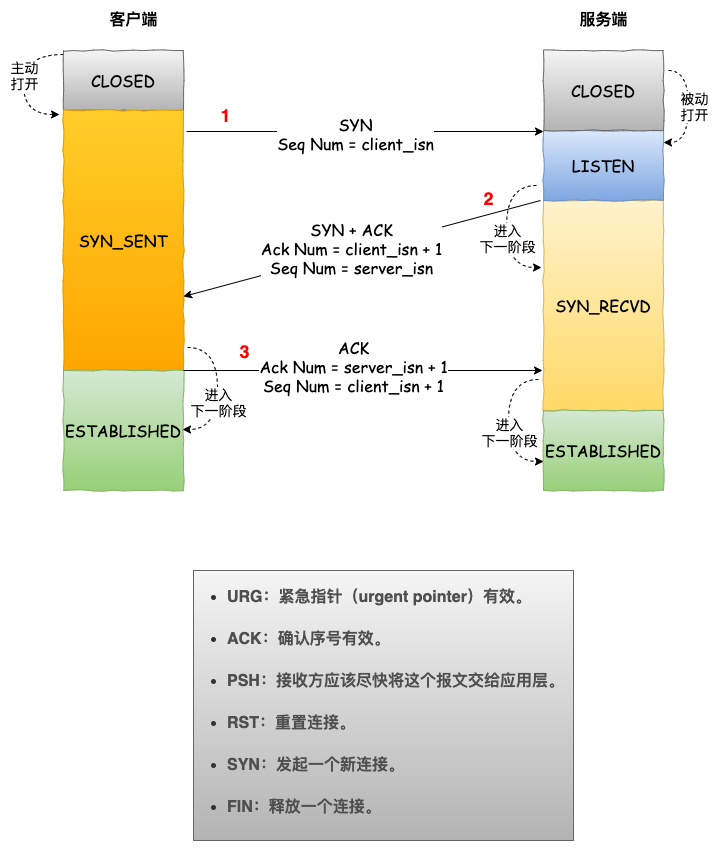
Above: TCP三次握手.png in tobrainto/ooo (draw.io), before the change. Source tidied: cells renumbered, new cells last; positions are measured from the earlier drawing's top-left corner, leaving out a move shared by most shapes. Source of this version:
```xml
<mxGraphModel background="#FFFFFF">
  <root>
    <mxCell id="0" />
    <mxCell id="1" parent="0" />
    <mxCell id="2" style="edgeStyle=orthogonalEdgeStyle;orthogonalLoop=1;jettySize=auto;html=1;dashed=1;curved=1;" parent="1" edge="1">
      <mxGeometry relative="1" as="geometry">
        <mxPoint x="40" y="44" as="sourcePoint" />
        <mxPoint x="36" y="104" as="targetPoint" />
        <Array as="points">
          <mxPoint y="44" />
          <mxPoint y="104" />
        </Array>
      </mxGeometry>
    </mxCell>
    <mxCell id="3" value="&lt;font style=&quot;font-size: 14px&quot; face=&quot;Comic Sans MS&quot;&gt;主动&lt;br&gt;打开&lt;/font&gt;" style="edgeLabel;html=1;align=center;verticalAlign=middle;" parent="2" vertex="1">
      <mxGeometry x="-0.02" relative="1" as="geometry">
        <mxPoint y="-7" as="offset" />
      </mxGeometry>
    </mxCell>
    <mxCell id="4" value="&lt;font face=&quot;Comic Sans MS&quot; style=&quot;font-size: 16px&quot;&gt;CLOSED&lt;/font&gt;" style="whiteSpace=wrap;html=1;comic=1;fillColor=#f5f5f5;strokeColor=#666666;gradientColor=#b3b3b3;" parent="1" vertex="1">
      <mxGeometry x="40" y="40" width="120" height="60" as="geometry" />
    </mxCell>
    <mxCell id="5" value="&lt;font face=&quot;Comic Sans MS&quot; style=&quot;font-size: 16px&quot;&gt;SYN_SENT&lt;/font&gt;" style="whiteSpace=wrap;html=1;comic=1;gradientColor=#ffa500;fillColor=#ffcd28;strokeColor=#d79b00;" parent="1" vertex="1">
      <mxGeometry x="40" y="100" width="120" height="260" as="geometry" />
    </mxCell>
    <mxCell id="6" value="&lt;span style=&quot;font-family: &amp;#34;comic sans ms&amp;#34; ; font-size: 16px&quot;&gt;SYN_RECVD&lt;/span&gt;" style="whiteSpace=wrap;html=1;comic=1;gradientColor=#ffd966;fillColor=#fff2cc;strokeColor=#d6b656;" parent="1" vertex="1">
      <mxGeometry x="520" y="190" width="120" height="210" as="geometry" />
    </mxCell>
    <mxCell id="7" value="&lt;font face=&quot;Comic Sans MS&quot; style=&quot;font-size: 16px&quot;&gt;LISTEN&lt;/font&gt;" style="whiteSpace=wrap;html=1;comic=1;fillColor=#dae8fc;strokeColor=#6c8ebf;gradientColor=#7ea6e0;" parent="1" vertex="1">
      <mxGeometry x="520" y="120" width="120" height="70" as="geometry" />
    </mxCell>
    <mxCell id="8" value="&lt;font face=&quot;Comic Sans MS&quot; style=&quot;font-size: 16px&quot;&gt;CLOSED&lt;/font&gt;" style="whiteSpace=wrap;html=1;comic=1;gradientColor=#b3b3b3;fillColor=#f5f5f5;strokeColor=#666666;" parent="1" vertex="1">
      <mxGeometry x="520" y="40" width="120" height="80" as="geometry" />
    </mxCell>
    <mxCell id="9" value="&lt;font style=&quot;font-size: 16px&quot;&gt;&lt;b&gt;客户端&lt;/b&gt;&lt;/font&gt;" style="text;html=1;align=center;verticalAlign=middle;strokeColor=none;" parent="1" vertex="1">
      <mxGeometry x="80" width="60" height="20" as="geometry" />
    </mxCell>
    <mxCell id="10" value="&lt;font style=&quot;font-size: 16px&quot;&gt;&lt;b&gt;服务端&lt;/b&gt;&lt;/font&gt;" style="text;html=1;align=center;verticalAlign=middle;strokeColor=none;" parent="1" vertex="1">
      <mxGeometry x="550" width="60" height="20" as="geometry" />
    </mxCell>
    <mxCell id="11" style="endArrow=classic;html=1;entryX=0;entryY=0.25;entryDx=0;entryDy=0;curved=1;" parent="1" edge="1">
      <mxGeometry relative="1" as="geometry">
        <mxPoint x="163" y="121" as="sourcePoint" />
        <mxPoint x="520" y="121" as="targetPoint" />
      </mxGeometry>
    </mxCell>
    <mxCell id="12" value="&lt;font style=&quot;font-size: 16px&quot; face=&quot;Comic Sans MS&quot;&gt;SYN&lt;br&gt;Seq Num = client_isn&lt;/font&gt;" style="edgeLabel;html=1;align=center;verticalAlign=middle;" parent="11" vertex="1">
      <mxGeometry x="-0.31" y="2" relative="1" as="geometry">
        <mxPoint x="44" y="3" as="offset" />
      </mxGeometry>
    </mxCell>
    <mxCell id="13" value="&lt;font size=&quot;1&quot; color=&quot;#ff0000&quot;&gt;&lt;b style=&quot;font-size: 18px&quot;&gt;1&lt;/b&gt;&lt;/font&gt;" style="edgeLabel;html=1;align=center;verticalAlign=middle;" parent="11" vertex="1">
      <mxGeometry x="-0.79" y="1" relative="1" as="geometry">
        <mxPoint y="-16" as="offset" />
      </mxGeometry>
    </mxCell>
    <mxCell id="14" style="endArrow=classic;html=1;curved=1;" parent="1" edge="1">
      <mxGeometry relative="1" as="geometry">
        <mxPoint x="517" y="190" as="sourcePoint" />
        <mxPoint x="160" y="286" as="targetPoint" />
      </mxGeometry>
    </mxCell>
    <mxCell id="15" value="&lt;font style=&quot;font-size: 16px&quot; face=&quot;Comic Sans MS&quot;&gt;SYN + ACK&lt;br&gt;Ack Num = client_isn + 1&lt;br&gt;Seq Num = server_isn&lt;/font&gt;" style="edgeLabel;html=1;align=center;verticalAlign=middle;" parent="14" vertex="1">
      <mxGeometry x="0.05" y="-3" relative="1" as="geometry" />
    </mxCell>
    <mxCell id="16" value="&lt;font size=&quot;1&quot; color=&quot;#ff0000&quot;&gt;&lt;b style=&quot;font-size: 18px&quot;&gt;2&lt;/b&gt;&lt;/font&gt;" style="edgeLabel;html=1;align=center;verticalAlign=middle;" parent="14" vertex="1">
      <mxGeometry x="-0.71" y="-1" relative="1" as="geometry">
        <mxPoint y="-16" as="offset" />
      </mxGeometry>
    </mxCell>
    <mxCell id="17" value="&lt;font face=&quot;Comic Sans MS&quot; style=&quot;font-size: 16px&quot;&gt;ESTABLISHED&lt;/font&gt;" style="whiteSpace=wrap;html=1;comic=1;gradientColor=#97d077;fillColor=#d5e8d4;strokeColor=#82b366;" parent="1" vertex="1">
      <mxGeometry x="40" y="360" width="120" height="120" as="geometry" />
    </mxCell>
    <mxCell id="18" value="&lt;span style=&quot;font-family: &amp;#34;comic sans ms&amp;#34; ; font-size: 16px&quot;&gt;ESTABLISHED&lt;/span&gt;" style="whiteSpace=wrap;html=1;comic=1;gradientColor=#97d077;fillColor=#d5e8d4;strokeColor=#82b366;" parent="1" vertex="1">
      <mxGeometry x="520" y="400" width="120" height="80" as="geometry" />
    </mxCell>
    <mxCell id="19" style="endArrow=classic;html=1;exitX=1;exitY=0;exitDx=0;exitDy=0;curved=1;" parent="1" edge="1" source="17">
      <mxGeometry relative="1" as="geometry">
        <mxPoint x="519" y="360" as="targetPoint" />
      </mxGeometry>
    </mxCell>
    <mxCell id="20" value="&lt;font style=&quot;font-size: 16px&quot; face=&quot;Comic Sans MS&quot;&gt;ACK&lt;br&gt;Ack Num = server_isn + 1&lt;br&gt;Seq Num = client_isn + 1&lt;/font&gt;" style="edgeLabel;html=1;align=center;verticalAlign=middle;" parent="19" vertex="1">
      <mxGeometry x="-0.31" y="2" relative="1" as="geometry">
        <mxPoint x="44" y="-3" as="offset" />
      </mxGeometry>
    </mxCell>
    <mxCell id="21" value="&lt;font style=&quot;font-size: 18px&quot; color=&quot;#ff0000&quot;&gt;&lt;b&gt;3&lt;/b&gt;&lt;/font&gt;" style="edgeLabel;html=1;align=center;verticalAlign=middle;" parent="19" vertex="1">
      <mxGeometry x="-0.74" y="1" relative="1" as="geometry">
        <mxPoint x="14" y="-19" as="offset" />
      </mxGeometry>
    </mxCell>
    <mxCell id="22" value="&lt;ul style=&quot;box-sizing: border-box ; outline: 0px ; margin: 0px 0px 16px ; padding: 0px ; list-style: none ; font-size: 16px ; line-height: 24px ; overflow-wrap: break-word ; color: rgb(51 , 51 , 51) ; font-family: , &amp;#34;sf ui text&amp;#34; , &amp;#34;arial&amp;#34; , &amp;#34;pingfang sc&amp;#34; , &amp;#34;hiragino sans gb&amp;#34; , &amp;#34;microsoft yahei&amp;#34; , &amp;#34;wenquanyi micro hei&amp;#34; , sans-serif , &amp;#34;simhei&amp;#34; , &amp;#34;simsun&amp;#34;&quot;&gt;&lt;li style=&quot;box-sizing: border-box ; outline: 0px ; margin: 8px 0px 0px 32px ; padding: 0px ; list-style: disc ; overflow-wrap: break-word&quot;&gt;&lt;p style=&quot;box-sizing: border-box ; outline: 0px ; margin: 0px 0px 16px ; padding: 0px ; color: rgb(79 , 79 , 79) ; overflow: auto hidden ; line-height: 26px ; overflow-wrap: break-word&quot;&gt;&lt;b&gt;URG：紧急指针（urgent pointer）有效。&lt;/b&gt;&lt;/p&gt;&lt;/li&gt;&lt;li style=&quot;box-sizing: border-box ; outline: 0px ; margin: 8px 0px 0px 32px ; padding: 0px ; list-style: disc ; overflow-wrap: break-word&quot;&gt;&lt;p style=&quot;box-sizing: border-box ; outline: 0px ; margin: 0px 0px 16px ; padding: 0px ; color: rgb(79 , 79 , 79) ; overflow: auto hidden ; line-height: 26px ; overflow-wrap: break-word&quot;&gt;&lt;b&gt;ACK：确认序号有效。&lt;/b&gt;&lt;/p&gt;&lt;/li&gt;&lt;li style=&quot;box-sizing: border-box ; outline: 0px ; margin: 8px 0px 0px 32px ; padding: 0px ; list-style: disc ; overflow-wrap: break-word&quot;&gt;&lt;p style=&quot;box-sizing: border-box ; outline: 0px ; margin: 0px 0px 16px ; padding: 0px ; color: rgb(79 , 79 , 79) ; overflow: auto hidden ; line-height: 26px ; overflow-wrap: break-word&quot;&gt;&lt;b&gt;PSH：接收方应该尽快将这个报文交给应用层。&lt;/b&gt;&lt;/p&gt;&lt;/li&gt;&lt;li style=&quot;box-sizing: border-box ; outline: 0px ; margin: 8px 0px 0px 32px ; padding: 0px ; list-style: disc ; overflow-wrap: break-word&quot;&gt;&lt;p style=&quot;box-sizing: border-box ; outline: 0px ; margin: 0px 0px 16px ; padding: 0px ; color: rgb(79 , 79 , 79) ; overflow: auto hidden ; line-height: 26px ; overflow-wrap: break-word&quot;&gt;&lt;b&gt;RST：重置连接。&lt;/b&gt;&lt;/p&gt;&lt;/li&gt;&lt;li style=&quot;box-sizing: border-box ; outline: 0px ; margin: 8px 0px 0px 32px ; padding: 0px ; list-style: disc ; overflow-wrap: break-word&quot;&gt;&lt;p style=&quot;box-sizing: border-box ; outline: 0px ; margin: 0px 0px 16px ; padding: 0px ; color: rgb(79 , 79 , 79) ; overflow: auto hidden ; line-height: 26px ; overflow-wrap: break-word&quot;&gt;&lt;b&gt;SYN：发起一个新连接。&lt;/b&gt;&lt;/p&gt;&lt;/li&gt;&lt;li style=&quot;box-sizing: border-box ; outline: 0px ; margin: 8px 0px 0px 32px ; padding: 0px ; list-style: disc ; overflow-wrap: break-word&quot;&gt;&lt;p style=&quot;box-sizing: border-box ; outline: 0px ; margin: 0px 0px 16px ; padding: 0px ; color: rgb(79 , 79 , 79) ; overflow: auto hidden ; line-height: 26px ; overflow-wrap: break-word&quot;&gt;&lt;b&gt;FIN：释放一个连接。&lt;/b&gt;&lt;/p&gt;&lt;/li&gt;&lt;/ul&gt;" style="text;html=1;align=left;verticalAlign=middle;strokeColor=#666666;gradientColor=#b3b3b3;fillColor=#f5f5f5;" parent="1" vertex="1">
      <mxGeometry x="170" y="560" width="380" height="270" as="geometry" />
    </mxCell>
    <mxCell id="23" style="edgeStyle=orthogonalEdgeStyle;orthogonalLoop=1;jettySize=auto;html=1;dashed=1;curved=1;" parent="1" edge="1">
      <mxGeometry relative="1" as="geometry">
        <mxPoint x="645" y="60" as="sourcePoint" />
        <mxPoint x="640" y="132" as="targetPoint" />
        <Array as="points">
          <mxPoint x="665" y="60" />
          <mxPoint x="665" y="132" />
        </Array>
      </mxGeometry>
    </mxCell>
    <mxCell id="24" value="&lt;font style=&quot;font-size: 14px&quot; face=&quot;Comic Sans MS&quot;&gt;被动&lt;br&gt;打开&lt;/font&gt;" style="edgeLabel;html=1;align=center;verticalAlign=middle;" parent="23" vertex="1">
      <mxGeometry x="-0.02" relative="1" as="geometry">
        <mxPoint x="5" y="-2" as="offset" />
      </mxGeometry>
    </mxCell>
    <mxCell id="25" style="edgeStyle=orthogonalEdgeStyle;orthogonalLoop=1;jettySize=auto;html=1;dashed=1;curved=1;" parent="1" edge="1">
      <mxGeometry relative="1" as="geometry">
        <mxPoint x="513" y="175" as="sourcePoint" />
        <mxPoint x="518" y="257" as="targetPoint" />
        <Array as="points">
          <mxPoint x="483" y="175" />
          <mxPoint x="483" y="257" />
        </Array>
      </mxGeometry>
    </mxCell>
    <mxCell id="26" value="&lt;font face=&quot;Comic Sans MS&quot;&gt;&lt;span style=&quot;font-size: 14px&quot;&gt;&lt;span style=&quot;font-weight: normal&quot;&gt;进入&lt;br&gt;下一阶段&lt;/span&gt;&lt;/span&gt;&lt;/font&gt;" style="edgeLabel;html=1;align=center;verticalAlign=middle;fontStyle=1;" parent="25" vertex="1">
      <mxGeometry x="-0.02" relative="1" as="geometry">
        <mxPoint y="10" as="offset" />
      </mxGeometry>
    </mxCell>
    <mxCell id="27" style="edgeStyle=orthogonalEdgeStyle;orthogonalLoop=1;jettySize=auto;html=1;dashed=1;curved=1;" parent="1" edge="1">
      <mxGeometry relative="1" as="geometry">
        <mxPoint x="164" y="337" as="sourcePoint" />
        <mxPoint x="159" y="419" as="targetPoint" />
        <Array as="points">
          <mxPoint x="194" y="337" />
          <mxPoint x="194" y="419" />
        </Array>
      </mxGeometry>
    </mxCell>
    <mxCell id="28" value="&lt;font face=&quot;Comic Sans MS&quot;&gt;&lt;span style=&quot;font-size: 14px&quot;&gt;进入&lt;br&gt;下一阶段&lt;/span&gt;&lt;/font&gt;" style="edgeLabel;html=1;align=center;verticalAlign=middle;" parent="27" vertex="1">
      <mxGeometry x="-0.02" relative="1" as="geometry">
        <mxPoint y="12" as="offset" />
      </mxGeometry>
    </mxCell>
    <mxCell id="29" style="edgeStyle=orthogonalEdgeStyle;orthogonalLoop=1;jettySize=auto;html=1;dashed=1;curved=1;" parent="1" edge="1">
      <mxGeometry relative="1" as="geometry">
        <mxPoint x="515" y="369" as="sourcePoint" />
        <mxPoint x="520" y="451" as="targetPoint" />
        <Array as="points">
          <mxPoint x="485" y="369" />
          <mxPoint x="485" y="451" />
        </Array>
      </mxGeometry>
    </mxCell>
    <mxCell id="30" value="&lt;font face=&quot;Comic Sans MS&quot;&gt;&lt;span style=&quot;font-size: 14px&quot;&gt;&lt;span style=&quot;font-weight: normal&quot;&gt;进入&lt;br&gt;下一阶段&lt;/span&gt;&lt;/span&gt;&lt;/font&gt;" style="edgeLabel;html=1;align=center;verticalAlign=middle;fontStyle=1;" parent="29" vertex="1">
      <mxGeometry x="-0.02" relative="1" as="geometry">
        <mxPoint y="10" as="offset" />
      </mxGeometry>
    </mxCell>
  </root>
</mxGraphModel>
```
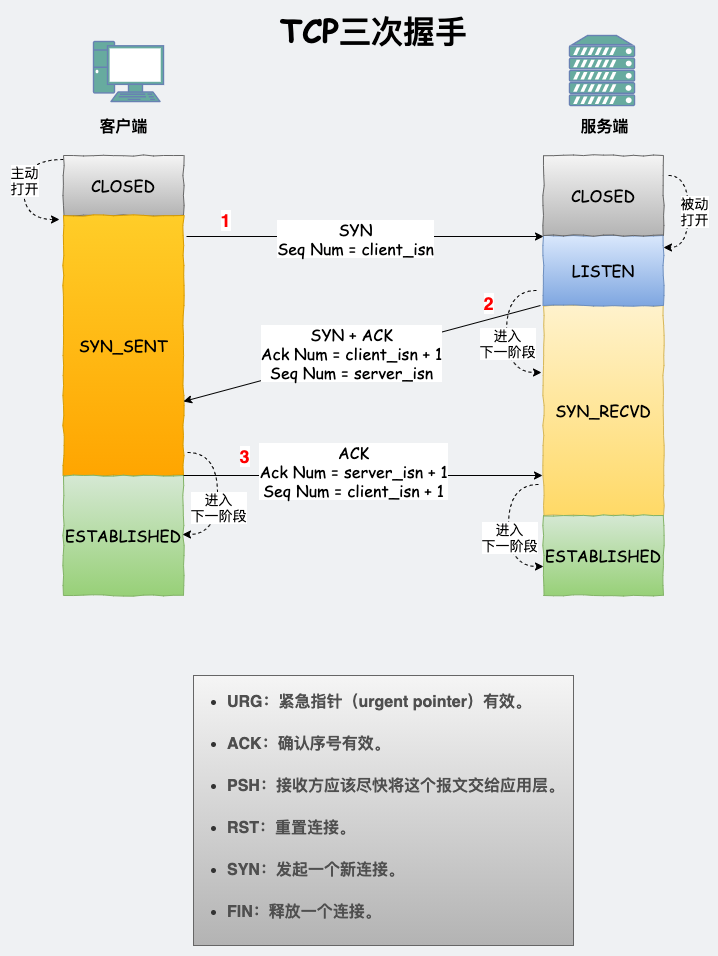
Above is the later version.

Commit message:
更新TCP三次握手.png

Change to the diagram source:
```diff
@@ -1,4 +1,4 @@
-<mxGraphModel background="#FFFFFF">
+<mxGraphModel background="#EFF1F3">
   <root>
     <mxCell id="0" />
     <mxCell id="1" parent="0" />
@@ -32,12 +32,6 @@
     <mxCell id="8" value="&lt;font face=&quot;Comic Sans MS&quot; style=&quot;font-size: 16px&quot;&gt;CLOSED&lt;/font&gt;" style="whiteSpace=wrap;html=1;comic=1;gradientColor=#b3b3b3;fillColor=#f5f5f5;strokeColor=#666666;" parent="1" vertex="1">
       <mxGeometry x="520" y="40" width="120" height="80" as="geometry" />
     </mxCell>
-    <mxCell id="9" value="&lt;font style=&quot;font-size: 16px&quot;&gt;&lt;b&gt;客户端&lt;/b&gt;&lt;/font&gt;" style="text;html=1;align=center;verticalAlign=middle;strokeColor=none;" parent="1" vertex="1">
-      <mxGeometry x="80" width="60" height="20" as="geometry" />
-    </mxCell>
-    <mxCell id="10" value="&lt;font style=&quot;font-size: 16px&quot;&gt;&lt;b&gt;服务端&lt;/b&gt;&lt;/font&gt;" style="text;html=1;align=center;verticalAlign=middle;strokeColor=none;" parent="1" vertex="1">
-      <mxGeometry x="550" width="60" height="20" as="geometry" />
-    </mxCell>
     <mxCell id="11" style="endArrow=classic;html=1;entryX=0;entryY=0.25;entryDx=0;entryDy=0;curved=1;" parent="1" edge="1">
       <mxGeometry relative="1" as="geometry">
         <mxPoint x="163" y="121" as="sourcePoint" />
@@ -152,5 +146,20 @@
         <mxPoint y="10" as="offset" />
       </mxGeometry>
     </mxCell>
+    <mxCell id="31" style="fontColor=#0066CC;verticalAlign=top;verticalLabelPosition=bottom;labelPosition=center;align=center;html=1;strokeColor=#6881B3;gradientColor=none;gradientDirection=north;strokeWidth=2;shape=mxgraph.networks.pc;fillColor=#67AB9F;" parent="1" vertex="1">
+      <mxGeometry x="70" y="-74" width="70" height="60" as="geometry" />
+    </mxCell>
+    <mxCell id="32" style="fontColor=#0066CC;verticalAlign=top;verticalLabelPosition=bottom;labelPosition=center;align=center;html=1;strokeColor=#6881B3;gradientColor=none;gradientDirection=north;strokeWidth=2;shape=mxgraph.networks.server;fillColor=#67AB9F;" parent="1" vertex="1">
+      <mxGeometry x="546" y="-80" width="65" height="70" as="geometry" />
+    </mxCell>
+    <mxCell id="9" value="&lt;font style=&quot;font-size: 16px&quot; face=&quot;Comic Sans MS&quot;&gt;&lt;b&gt;客户端&lt;/b&gt;&lt;/font&gt;" style="text;html=1;align=center;verticalAlign=middle;strokeColor=none;" parent="1" vertex="1">
+      <mxGeometry x="70" width="60" height="20" as="geometry" />
+    </mxCell>
+    <mxCell id="10" value="&lt;font style=&quot;font-size: 16px&quot; face=&quot;Comic Sans MS&quot;&gt;&lt;b&gt;服务端&lt;/b&gt;&lt;/font&gt;" style="text;html=1;align=center;verticalAlign=middle;strokeColor=none;" parent="1" vertex="1">
+      <mxGeometry x="551" width="60" height="20" as="geometry" />
+    </mxCell>
+    <mxCell id="33" value="&lt;b&gt;&lt;font style=&quot;font-size: 32px&quot; face=&quot;Comic Sans MS&quot;&gt;TCP三次握手&lt;/font&gt;&lt;/b&gt;" style="text;html=1;align=center;verticalAlign=middle;strokeColor=none;" parent="1" vertex="1">
+      <mxGeometry x="250" y="-101" width="200" height="30" as="geometry" />
+    </mxCell>
   </root>
 </mxGraphModel>
```
